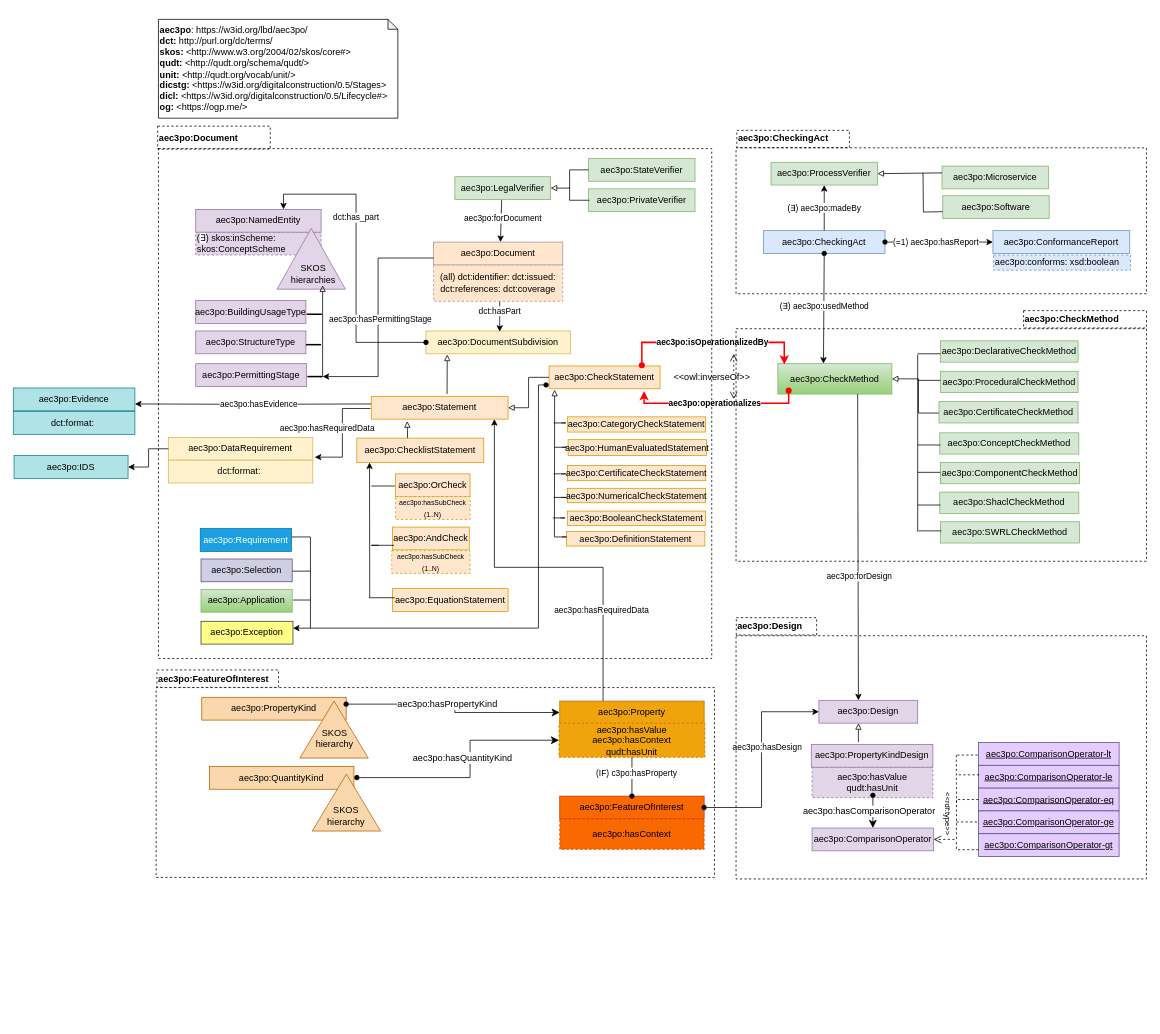
The draw.io diagram page "aec3po_v1.0.0" (12 of 14) of resources/aec3po.drawio in Accord-Project/aec3po, before the edit. Source tidied: cells renumbered, new cells numbered last; positions are measured from the earlier drawing's top-left corner, leaving out a move shared by most shapes. Both pictures are drawn from the tidied source at 76%, with x=0, y=0 at pixel (13, 13).
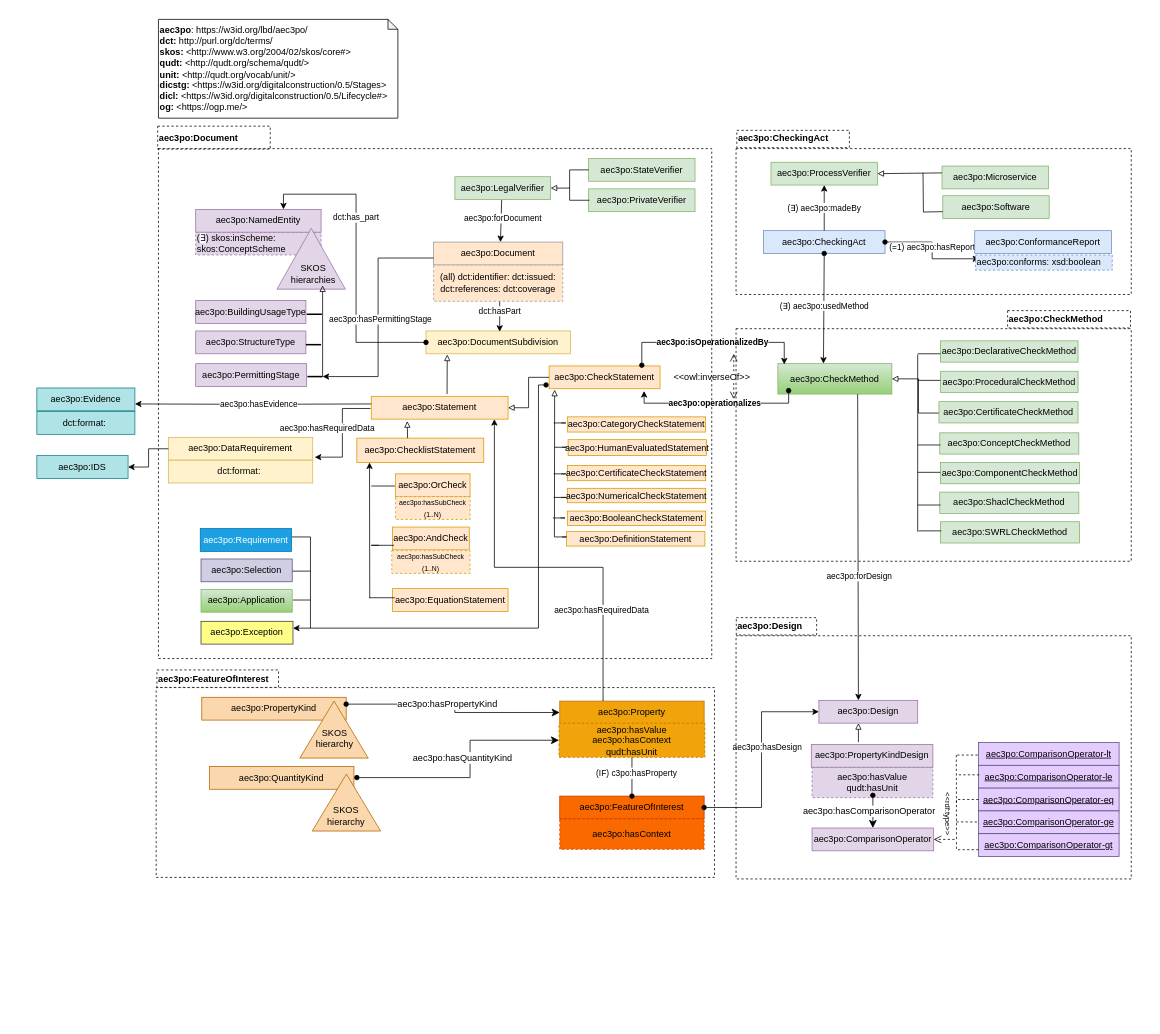
The same diagram, later.

The change refers to these unchanged cells:
```xml
<mxCell id="17" value="aec3po:CheckMethod" style="rounded=0;whiteSpace=wrap;html=1;snapToPoint=1;points=[[0.1,0],[0.2,0],[0.3,0],[0.4,0],[0.5,0],[0.6,0],[0.7,0],[0.8,0],[0.9,0],[0,0.1],[0,0.3],[0,0.5],[0,0.7],[0,0.9],[0.1,1],[0.2,1],[0.3,1],[0.4,1],[0.5,1],[0.6,1],[0.7,1],[0.8,1],[0.9,1],[1,0.1],[1,0.3],[1,0.5],[1,0.7],[1,0.9]];fillColor=#d5e8d4;strokeColor=#82b366;gradientColor=#97d077;" parent="1" vertex="1">
  <mxGeometry x="1006" y="461" width="150" height="40" as="geometry" />
</mxCell>
<mxCell id="23" value="aec3po:CheckingAct" style="rounded=0;whiteSpace=wrap;html=1;snapToPoint=1;points=[[0.1,0],[0.2,0],[0.3,0],[0.4,0],[0.5,0],[0.6,0],[0.7,0],[0.8,0],[0.9,0],[0,0.1],[0,0.3],[0,0.5],[0,0.7],[0,0.9],[0.1,1],[0.2,1],[0.3,1],[0.4,1],[0.5,1],[0.6,1],[0.7,1],[0.8,1],[0.9,1],[1,0.1],[1,0.3],[1,0.5],[1,0.7],[1,0.9]];fillColor=#dae8fc;strokeColor=#6c8ebf;" parent="1" vertex="1">
  <mxGeometry x="987" y="286" width="160" height="30" as="geometry" />
</mxCell>
<mxCell id="33" style="group;" parent="1" vertex="1">
  <mxGeometry x="495" width="390" height="511" as="geometry" />
</mxCell>
```

The edit, as a diff of the source:
```diff
@@
-    <mxCell id="21" value="&lt;b&gt;aec3po:isOperationalizedBy&lt;/b&gt;" style="edgeStyle=orthogonalEdgeStyle;rounded=0;jettySize=auto;html=1;exitX=0.8;exitY=0;exitDx=0;exitDy=0;startArrow=oval;startFill=1;endArrow=classic;endFill=1;strokeWidth=2;strokeColor=#FF0000;entryX=0.056;entryY=0.025;entryDx=0;entryDy=0;entryPerimeter=0;" parent="1" edge="1" target="17">
+    <mxCell id="21" value="&lt;b&gt;aec3po:isOperationalizedBy&lt;/b&gt;" style="edgeStyle=orthogonalEdgeStyle;rounded=0;jettySize=auto;html=1;exitX=0.8;exitY=0;exitDx=0;exitDy=0;startArrow=oval;startFill=1;endArrow=classic;endFill=1;strokeWidth=1;strokeColor=#000000;entryX=0.056;entryY=0.025;entryDx=0;entryDy=0;entryPerimeter=0;" parent="1" edge="1" target="17">
       <mxGeometry relative="1" as="geometry">
         <mxPoint x="827" y="463" as="sourcePoint" />
         <Array as="points">
           <mxPoint x="827" y="433" />
           <mxPoint x="1014" y="433" />
         </Array>
       </mxGeometry>
     </mxCell>
@@
-    <mxCell id="27" value="(=1) aec3po:hasReport" style="rounded=0;jettySize=auto;html=1;startArrow=oval;startFill=1;endArrow=classic;endFill=1;exitX=1;exitY=0.5;exitDx=0;exitDy=0;edgeStyle=orthogonalEdgeStyle;" parent="1" edge="1" source="23" target="28">
+    <mxCell id="27" value="(=1) aec3po:hasReport" style="rounded=0;jettySize=auto;html=1;startArrow=oval;startFill=1;endArrow=classic;endFill=1;exitX=1;exitY=0.5;exitDx=0;exitDy=0;edgeStyle=elbowEdgeStyle;entryX=0.033;entryY=1.233;entryDx=0;entryDy=0;entryPerimeter=0;" parent="1" edge="1" source="23" target="28">
       <mxGeometry x="-0.05" relative="1" as="geometry" />
     </mxCell>
     <mxCell id="28" value="aec3po:ConformanceReport" style="rounded=0;whiteSpace=wrap;html=1;snapToPoint=1;points=[[0.1,0],[0.2,0],[0.3,0],[0.4,0],[0.5,0],[0.6,0],[0.7,0],[0.8,0],[0.9,0],[0,0.1],[0,0.3],[0,0.5],[0,0.7],[0,0.9],[0.1,1],[0.2,1],[0.3,1],[0.4,1],[0.5,1],[0.6,1],[0.7,1],[0.8,1],[0.9,1],[1,0.1],[1,0.3],[1,0.5],[1,0.7],[1,0.9]];fillColor=#dae8fc;strokeColor=#6c8ebf;" parent="1" vertex="1">
-      <mxGeometry x="1289" y="286" width="180" height="30" as="geometry" />
+      <mxGeometry x="1265" y="286" width="180" height="30" as="geometry" />
     </mxCell>
     <mxCell id="29" value="aec3po:conforms: xsd:boolean" style="rounded=0;whiteSpace=wrap;html=1;fillColor=#dae8fc;strokeColor=#6c8ebf;align=left;dashed=1;" parent="1" vertex="1">
-      <mxGeometry x="1290" y="318" width="180" height="20" as="geometry" />
+      <mxGeometry x="1266" y="318" width="180" height="20" as="geometry" />
     </mxCell>
@@
-    <mxCell id="35" value="&lt;b&gt;aec3po:operationalizes&lt;/b&gt;" style="edgeStyle=orthogonalEdgeStyle;rounded=0;orthogonalLoop=1;jettySize=auto;html=1;startArrow=oval;startFill=1;endArrow=classic;endFill=1;exitX=0.081;exitY=0.987;exitDx=0;exitDy=0;entryX=0.8;entryY=1;entryDx=0;entryDy=0;exitPerimeter=0;strokeWidth=2;strokeColor=#FF0000;" parent="33" edge="1">
+    <mxCell id="35" value="&lt;b&gt;aec3po:operationalizes&lt;/b&gt;" style="edgeStyle=orthogonalEdgeStyle;rounded=0;orthogonalLoop=1;jettySize=auto;html=1;startArrow=oval;startFill=1;endArrow=classic;endFill=1;exitX=0.081;exitY=0.987;exitDx=0;exitDy=0;entryX=0.8;entryY=1;entryDx=0;entryDy=0;exitPerimeter=0;strokeWidth=1;strokeColor=#000000;" parent="33" edge="1">
       <mxGeometry x="0.02" relative="1" as="geometry">
         <mxPoint x="525.2" y="496.5" as="sourcePoint" />
         <mxPoint x="335" y="497" as="targetPoint" />
         <Array as="points">
           <mxPoint x="525" y="513" />
           <mxPoint x="335" y="513" />
         </Array>
       </mxGeometry>
     </mxCell>
@@
     <mxCell id="38" style="rounded=0;whiteSpace=wrap;html=1;fontSize=9;fillColor=none;dashed=1;" parent="1" vertex="1">
-      <mxGeometry x="951" y="819" width="540" height="320" as="geometry" />
+      <mxGeometry x="951" y="819" width="520" height="320" as="geometry" />
     </mxCell>
@@
     <mxCell id="51" style="rounded=0;whiteSpace=wrap;html=1;fontSize=9;fillColor=none;dashed=1;" parent="1" vertex="1">
-      <mxGeometry x="951" y="177" width="540" height="192" as="geometry" />
+      <mxGeometry x="951" y="178" width="520" height="192" as="geometry" />
     </mxCell>
@@
     <mxCell id="81" value="aec3po:Evidence" style="rounded=0;whiteSpace=wrap;html=1;snapToPoint=1;points=[[0.1,0],[0.2,0],[0.3,0],[0.4,0],[0.5,0],[0.6,0],[0.7,0],[0.8,0],[0.9,0],[0,0.1],[0,0.3],[0,0.5],[0,0.7],[0,0.9],[0.1,1],[0.2,1],[0.3,1],[0.4,1],[0.5,1],[0.6,1],[0.7,1],[0.8,1],[0.9,1],[1,0.1],[1,0.3],[1,0.5],[1,0.7],[1,0.9]];fillColor=#b0e3e6;strokeColor=#0e8088;" parent="1" vertex="1">
-      <mxGeometry y="493" width="160" height="30" as="geometry" />
+      <mxGeometry x="31" y="493" width="129" height="30" as="geometry" />
     </mxCell>
     <mxCell id="82" value="dct:format:&amp;nbsp;" style="rounded=0;whiteSpace=wrap;html=1;fillColor=#b0e3e6;strokeColor=#0e8088;" parent="1" vertex="1">
-      <mxGeometry y="524" width="160" height="30" as="geometry" />
+      <mxGeometry x="31" y="524" width="129" height="30" as="geometry" />
     </mxCell>
@@
     <mxCell id="97" style="rounded=0;whiteSpace=wrap;html=1;fontSize=9;fillColor=none;dashed=1;" parent="1" vertex="1">
-      <mxGeometry x="951" y="415" width="540" height="306" as="geometry" />
+      <mxGeometry x="951" y="415" width="520" height="306" as="geometry" />
     </mxCell>
     <mxCell id="98" value="&lt;b&gt;&lt;font style=&quot;font-size: 12px;&quot;&gt;aec3po:CheckMethod&lt;/font&gt;&lt;/b&gt;" style="text;html=1;strokeColor=default;fillColor=none;align=left;verticalAlign=middle;whiteSpace=wrap;rounded=0;dashed=1;fontSize=9;" parent="1" vertex="1">
-      <mxGeometry x="1329.3" y="391.2" width="161.7" height="22.8" as="geometry" />
+      <mxGeometry x="1308.3" y="391.2" width="161.7" height="22.8" as="geometry" />
     </mxCell>
@@
     <mxCell id="133" value="aec3po:IDS" style="rounded=0;whiteSpace=wrap;html=1;snapToPoint=1;points=[[0.1,0],[0.2,0],[0.3,0],[0.4,0],[0.5,0],[0.6,0],[0.7,0],[0.8,0],[0.9,0],[0,0.1],[0,0.3],[0,0.5],[0,0.7],[0,0.9],[0.1,1],[0.2,1],[0.3,1],[0.4,1],[0.5,1],[0.6,1],[0.7,1],[0.8,1],[0.9,1],[1,0.1],[1,0.3],[1,0.5],[1,0.7],[1,0.9]];fillColor=#b0e3e6;strokeColor=#0e8088;" parent="1" vertex="1">
-      <mxGeometry x="1" y="582" width="150" height="30" as="geometry" />
+      <mxGeometry x="31" y="582" width="120" height="30" as="geometry" />
     </mxCell>
```
